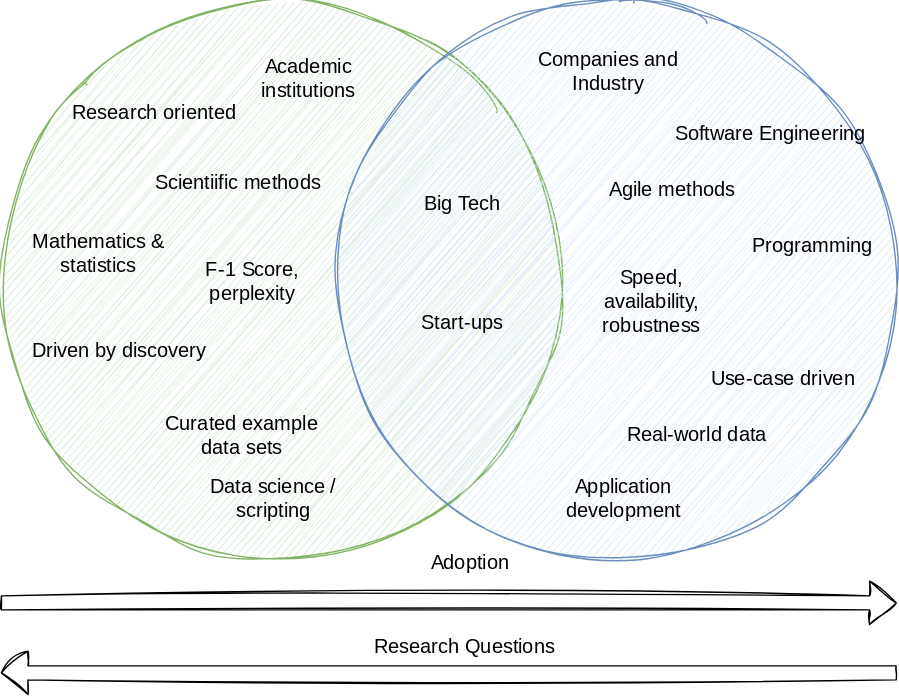
Above: docs/img/preface-research-vs-application.drawio.svg in pkeilbach/htwg-practical-nlp (draw.io), before the change. Source tidied: cells renumbered, new cells last; positions are measured from the earlier drawing's top-left corner, leaving out a move shared by most shapes. The source it was exported from:
```xml
<mxGraphModel>
  <root>
    <mxCell id="0" />
    <mxCell id="1" parent="0" />
    <mxCell id="2" style="ellipse;whiteSpace=wrap;html=1;sketch=1;verticalAlign=middle;spacingBottom=0;spacingTop=0;fillColor=#d5e8d4;strokeColor=#82b366;hachureGap=4;jiggle=2;curveFitting=1;fontFamily=Architects Daughter;fontSource=https%3A%2F%2Ffonts.googleapis.com%2Fcss%3Ffamily%3DArchitects%2BDaughter;fontSize=14;align=center;spacingRight=100;" parent="1" vertex="1">
      <mxGeometry width="400" height="400" as="geometry" />
    </mxCell>
    <mxCell id="3" style="ellipse;whiteSpace=wrap;html=1;sketch=1;verticalAlign=middle;spacingBottom=0;spacingTop=0;fillColor=#dae8fc;strokeColor=#6c8ebf;hachureGap=4;jiggle=2;curveFitting=1;fontFamily=Architects Daughter;fontSource=https%3A%2F%2Ffonts.googleapis.com%2Fcss%3Ffamily%3DArchitects%2BDaughter;fontSize=14;spacingLeft=100;" parent="1" vertex="1">
      <mxGeometry x="240" width="400" height="400" as="geometry" />
    </mxCell>
    <mxCell id="4" value="Big Tech" style="text;html=1;strokeColor=none;fillColor=none;align=center;verticalAlign=middle;whiteSpace=wrap;rounded=0;sketch=1;hachureGap=4;jiggle=2;curveFitting=1;fontFamily=Architects Daughter;fontSource=https%3A%2F%2Ffonts.googleapis.com%2Fcss%3Ffamily%3DArchitects%2BDaughter;fontSize=14;" parent="1" vertex="1">
      <mxGeometry x="270" y="115" width="120" height="60" as="geometry" />
    </mxCell>
    <mxCell id="5" value="Start-ups" style="text;html=1;strokeColor=none;fillColor=none;align=center;verticalAlign=middle;whiteSpace=wrap;rounded=0;sketch=1;hachureGap=4;jiggle=2;curveFitting=1;fontFamily=Architects Daughter;fontSource=https%3A%2F%2Ffonts.googleapis.com%2Fcss%3Ffamily%3DArchitects%2BDaughter;fontSize=14;" parent="1" vertex="1">
      <mxGeometry x="270" y="215" width="120" height="30" as="geometry" />
    </mxCell>
    <mxCell id="6" value="Research oriented" style="text;html=1;strokeColor=none;fillColor=none;align=center;verticalAlign=middle;whiteSpace=wrap;rounded=0;sketch=1;hachureGap=4;jiggle=2;curveFitting=1;fontFamily=Architects Daughter;fontSource=https%3A%2F%2Ffonts.googleapis.com%2Fcss%3Ffamily%3DArchitects%2BDaughter;fontSize=14;" parent="1" vertex="1">
      <mxGeometry x="50" y="65" width="120" height="30" as="geometry" />
    </mxCell>
    <mxCell id="7" value="Software Engineering" style="text;html=1;strokeColor=none;fillColor=none;align=center;verticalAlign=middle;whiteSpace=wrap;rounded=0;sketch=1;hachureGap=4;jiggle=2;curveFitting=1;fontFamily=Architects Daughter;fontSource=https%3A%2F%2Ffonts.googleapis.com%2Fcss%3Ffamily%3DArchitects%2BDaughter;fontSize=14;" parent="1" vertex="1">
      <mxGeometry x="480" y="75" width="140" height="40" as="geometry" />
    </mxCell>
    <mxCell id="8" value="Academic institutions" style="text;html=1;strokeColor=none;fillColor=none;align=center;verticalAlign=middle;whiteSpace=wrap;rounded=0;sketch=1;hachureGap=4;jiggle=2;curveFitting=1;fontFamily=Architects Daughter;fontSource=https%3A%2F%2Ffonts.googleapis.com%2Fcss%3Ffamily%3DArchitects%2BDaughter;fontSize=14;" parent="1" vertex="1">
      <mxGeometry x="160" y="40" width="120" height="30" as="geometry" />
    </mxCell>
    <mxCell id="9" value="Companies and Industry" style="text;html=1;strokeColor=none;fillColor=none;align=center;verticalAlign=middle;whiteSpace=wrap;rounded=0;sketch=1;hachureGap=4;jiggle=2;curveFitting=1;fontFamily=Architects Daughter;fontSource=https%3A%2F%2Ffonts.googleapis.com%2Fcss%3Ffamily%3DArchitects%2BDaughter;fontSize=14;" parent="1" vertex="1">
      <mxGeometry x="374" y="35" width="120" height="30" as="geometry" />
    </mxCell>
    <mxCell id="10" value="Scientiific methods" style="text;html=1;strokeColor=none;fillColor=none;align=center;verticalAlign=middle;whiteSpace=wrap;rounded=0;sketch=1;hachureGap=4;jiggle=2;curveFitting=1;fontFamily=Architects Daughter;fontSource=https%3A%2F%2Ffonts.googleapis.com%2Fcss%3Ffamily%3DArchitects%2BDaughter;fontSize=14;" parent="1" vertex="1">
      <mxGeometry x="110" y="115" width="120" height="30" as="geometry" />
    </mxCell>
    <mxCell id="11" value="Agile methods" style="text;html=1;strokeColor=none;fillColor=none;align=center;verticalAlign=middle;whiteSpace=wrap;rounded=0;sketch=1;hachureGap=4;jiggle=2;curveFitting=1;fontFamily=Architects Daughter;fontSource=https%3A%2F%2Ffonts.googleapis.com%2Fcss%3Ffamily%3DArchitects%2BDaughter;fontSize=14;" parent="1" vertex="1">
      <mxGeometry x="420" y="115" width="120" height="40" as="geometry" />
    </mxCell>
    <mxCell id="12" value="Use-case driven" style="text;html=1;strokeColor=none;fillColor=none;align=center;verticalAlign=middle;whiteSpace=wrap;rounded=0;sketch=1;hachureGap=4;jiggle=2;curveFitting=1;fontFamily=Architects Daughter;fontSource=https%3A%2F%2Ffonts.googleapis.com%2Fcss%3Ffamily%3DArchitects%2BDaughter;fontSize=14;" parent="1" vertex="1">
      <mxGeometry x="494" y="245" width="130" height="50" as="geometry" />
    </mxCell>
    <mxCell id="13" value="Driven by discovery" style="text;html=1;strokeColor=none;fillColor=none;align=center;verticalAlign=middle;whiteSpace=wrap;rounded=0;sketch=1;hachureGap=4;jiggle=2;curveFitting=1;fontFamily=Architects Daughter;fontSource=https%3A%2F%2Ffonts.googleapis.com%2Fcss%3Ffamily%3DArchitects%2BDaughter;fontSize=14;" parent="1" vertex="1">
      <mxGeometry x="20" y="225" width="130" height="50" as="geometry" />
    </mxCell>
    <mxCell id="14" style="shape=flexArrow;endArrow=classic;html=1;sketch=1;hachureGap=4;jiggle=2;curveFitting=1;fontFamily=Architects Daughter;fontSource=https%3A%2F%2Ffonts.googleapis.com%2Fcss%3Ffamily%3DArchitects%2BDaughter;fontSize=14;shadow=0;fillColor=none;gradientColor=#7e9cc7;gradientDirection=east;fillStyle=zigzag-line;" parent="1" edge="1">
      <mxGeometry relative="1" as="geometry">
        <mxPoint y="430" as="sourcePoint" />
        <mxPoint x="640" y="430" as="targetPoint" />
      </mxGeometry>
    </mxCell>
    <mxCell id="15" value="Adoption" style="edgeLabel;html=1;align=center;verticalAlign=middle;fontSize=14;fontFamily=Architects Daughter;" parent="14" vertex="1">
      <mxGeometry x="0.09" y="4" relative="1" as="geometry">
        <mxPoint x="-15" y="-26" as="offset" />
      </mxGeometry>
    </mxCell>
    <mxCell id="16" style="shape=flexArrow;endArrow=classic;html=1;shadow=0;sketch=1;hachureGap=4;jiggle=2;curveFitting=1;fontFamily=Architects Daughter;fontSource=https%3A%2F%2Ffonts.googleapis.com%2Fcss%3Ffamily%3DArchitects%2BDaughter;fontSize=14;" parent="1" edge="1">
      <mxGeometry relative="1" as="geometry">
        <mxPoint x="640" y="480" as="sourcePoint" />
        <mxPoint y="480" as="targetPoint" />
      </mxGeometry>
    </mxCell>
    <mxCell id="17" value="Research Questions" style="edgeLabel;html=1;align=center;verticalAlign=middle;fontSize=14;fontFamily=Architects Daughter;" parent="16" vertex="1">
      <mxGeometry x="0.06" y="4" relative="1" as="geometry">
        <mxPoint x="28" y="-24" as="offset" />
      </mxGeometry>
    </mxCell>
    <mxCell id="18" value="Data science / scripting" style="text;html=1;strokeColor=none;fillColor=none;align=center;verticalAlign=middle;whiteSpace=wrap;rounded=0;sketch=1;hachureGap=4;jiggle=2;curveFitting=1;fontFamily=Architects Daughter;fontSource=https%3A%2F%2Ffonts.googleapis.com%2Fcss%3Ffamily%3DArchitects%2BDaughter;fontSize=14;" parent="1" vertex="1">
      <mxGeometry x="130" y="330" width="130" height="50" as="geometry" />
    </mxCell>
    <mxCell id="19" value="Application development" style="text;html=1;strokeColor=none;fillColor=none;align=center;verticalAlign=middle;whiteSpace=wrap;rounded=0;sketch=1;hachureGap=4;jiggle=2;curveFitting=1;fontFamily=Architects Daughter;fontSource=https%3A%2F%2Ffonts.googleapis.com%2Fcss%3Ffamily%3DArchitects%2BDaughter;fontSize=14;" parent="1" vertex="1">
      <mxGeometry x="380" y="330" width="130" height="50" as="geometry" />
    </mxCell>
    <mxCell id="20" value="Mathematics &amp;amp; statistics" style="text;html=1;strokeColor=none;fillColor=none;align=center;verticalAlign=middle;whiteSpace=wrap;rounded=0;sketch=1;hachureGap=4;jiggle=2;curveFitting=1;fontFamily=Architects Daughter;fontSource=https%3A%2F%2Ffonts.googleapis.com%2Fcss%3Ffamily%3DArchitects%2BDaughter;fontSize=14;" parent="1" vertex="1">
      <mxGeometry x="20" y="160" width="100" height="40" as="geometry" />
    </mxCell>
    <mxCell id="21" value="Programming" style="text;html=1;strokeColor=none;fillColor=none;align=center;verticalAlign=middle;whiteSpace=wrap;rounded=0;sketch=1;hachureGap=4;jiggle=2;curveFitting=1;fontFamily=Architects Daughter;fontSource=https%3A%2F%2Ffonts.googleapis.com%2Fcss%3Ffamily%3DArchitects%2BDaughter;fontSize=14;" parent="1" vertex="1">
      <mxGeometry x="530" y="155" width="100" height="40" as="geometry" />
    </mxCell>
    <mxCell id="22" value="F-1 Score, perplexity" style="text;html=1;strokeColor=none;fillColor=none;align=center;verticalAlign=middle;whiteSpace=wrap;rounded=0;sketch=1;hachureGap=4;jiggle=2;curveFitting=1;fontFamily=Architects Daughter;fontSource=https%3A%2F%2Ffonts.googleapis.com%2Fcss%3Ffamily%3DArchitects%2BDaughter;fontSize=14;" parent="1" vertex="1">
      <mxGeometry x="130" y="180" width="100" height="40" as="geometry" />
    </mxCell>
    <mxCell id="23" value="Speed, availability, robustness" style="text;html=1;strokeColor=none;fillColor=none;align=center;verticalAlign=middle;whiteSpace=wrap;rounded=0;sketch=1;hachureGap=4;jiggle=2;curveFitting=1;fontFamily=Architects Daughter;fontSource=https%3A%2F%2Ffonts.googleapis.com%2Fcss%3Ffamily%3DArchitects%2BDaughter;fontSize=14;" parent="1" vertex="1">
      <mxGeometry x="410" y="190" width="110" height="50" as="geometry" />
    </mxCell>
    <mxCell id="24" value="Curated example data sets" style="text;html=1;strokeColor=none;fillColor=none;align=center;verticalAlign=middle;whiteSpace=wrap;rounded=0;sketch=1;hachureGap=4;jiggle=2;curveFitting=1;fontFamily=Architects Daughter;fontSource=https%3A%2F%2Ffonts.googleapis.com%2Fcss%3Ffamily%3DArchitects%2BDaughter;fontSize=14;" parent="1" vertex="1">
      <mxGeometry x="115" y="290" width="115" height="40" as="geometry" />
    </mxCell>
    <mxCell id="25" value="Real-world data" style="text;html=1;strokeColor=none;fillColor=none;align=center;verticalAlign=middle;whiteSpace=wrap;rounded=0;sketch=1;hachureGap=4;jiggle=2;curveFitting=1;fontFamily=Architects Daughter;fontSource=https%3A%2F%2Ffonts.googleapis.com%2Fcss%3Ffamily%3DArchitects%2BDaughter;fontSize=14;" parent="1" vertex="1">
      <mxGeometry x="440" y="290" width="115" height="40" as="geometry" />
    </mxCell>
  </root>
</mxGraphModel>
```
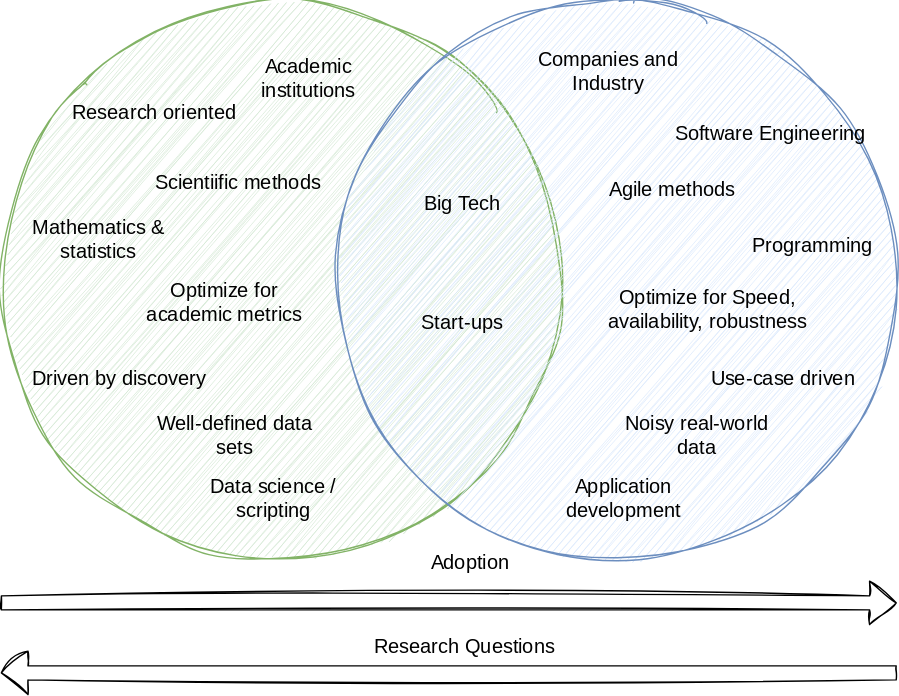
Later version of the same file.

Commit message:
add cmment on data and add links

Diff of the diagram source:
```diff
@@ -36,7 +36,7 @@
       <mxGeometry x="494" y="245" width="130" height="50" as="geometry" />
     </mxCell>
     <mxCell id="13" value="Driven by discovery" style="text;html=1;strokeColor=none;fillColor=none;align=center;verticalAlign=middle;whiteSpace=wrap;rounded=0;sketch=1;hachureGap=4;jiggle=2;curveFitting=1;fontFamily=Architects Daughter;fontSource=https%3A%2F%2Ffonts.googleapis.com%2Fcss%3Ffamily%3DArchitects%2BDaughter;fontSize=14;" parent="1" vertex="1">
-      <mxGeometry x="20" y="225" width="130" height="50" as="geometry" />
+      <mxGeometry x="20" y="245" width="130" height="50" as="geometry" />
     </mxCell>
     <mxCell id="14" style="shape=flexArrow;endArrow=classic;html=1;sketch=1;hachureGap=4;jiggle=2;curveFitting=1;fontFamily=Architects Daughter;fontSource=https%3A%2F%2Ffonts.googleapis.com%2Fcss%3Ffamily%3DArchitects%2BDaughter;fontSize=14;shadow=0;fillColor=none;gradientColor=#7e9cc7;gradientDirection=east;fillStyle=zigzag-line;" parent="1" edge="1">
       <mxGeometry relative="1" as="geometry">
@@ -67,21 +67,21 @@
       <mxGeometry x="380" y="330" width="130" height="50" as="geometry" />
     </mxCell>
     <mxCell id="20" value="Mathematics &amp;amp; statistics" style="text;html=1;strokeColor=none;fillColor=none;align=center;verticalAlign=middle;whiteSpace=wrap;rounded=0;sketch=1;hachureGap=4;jiggle=2;curveFitting=1;fontFamily=Architects Daughter;fontSource=https%3A%2F%2Ffonts.googleapis.com%2Fcss%3Ffamily%3DArchitects%2BDaughter;fontSize=14;" parent="1" vertex="1">
-      <mxGeometry x="20" y="160" width="100" height="40" as="geometry" />
+      <mxGeometry x="20" y="150" width="100" height="40" as="geometry" />
     </mxCell>
     <mxCell id="21" value="Programming" style="text;html=1;strokeColor=none;fillColor=none;align=center;verticalAlign=middle;whiteSpace=wrap;rounded=0;sketch=1;hachureGap=4;jiggle=2;curveFitting=1;fontFamily=Architects Daughter;fontSource=https%3A%2F%2Ffonts.googleapis.com%2Fcss%3Ffamily%3DArchitects%2BDaughter;fontSize=14;" parent="1" vertex="1">
       <mxGeometry x="530" y="155" width="100" height="40" as="geometry" />
     </mxCell>
-    <mxCell id="22" value="F-1 Score, perplexity" style="text;html=1;strokeColor=none;fillColor=none;align=center;verticalAlign=middle;whiteSpace=wrap;rounded=0;sketch=1;hachureGap=4;jiggle=2;curveFitting=1;fontFamily=Architects Daughter;fontSource=https%3A%2F%2Ffonts.googleapis.com%2Fcss%3Ffamily%3DArchitects%2BDaughter;fontSize=14;" parent="1" vertex="1">
-      <mxGeometry x="130" y="180" width="100" height="40" as="geometry" />
+    <mxCell id="22" value="Optimize for academic metrics" style="text;html=1;strokeColor=none;fillColor=none;align=center;verticalAlign=middle;whiteSpace=wrap;rounded=0;sketch=1;hachureGap=4;jiggle=2;curveFitting=1;fontFamily=Architects Daughter;fontSource=https%3A%2F%2Ffonts.googleapis.com%2Fcss%3Ffamily%3DArchitects%2BDaughter;fontSize=14;" parent="1" vertex="1">
+      <mxGeometry x="100" y="195" width="120" height="40" as="geometry" />
     </mxCell>
-    <mxCell id="23" value="Speed, availability, robustness" style="text;html=1;strokeColor=none;fillColor=none;align=center;verticalAlign=middle;whiteSpace=wrap;rounded=0;sketch=1;hachureGap=4;jiggle=2;curveFitting=1;fontFamily=Architects Daughter;fontSource=https%3A%2F%2Ffonts.googleapis.com%2Fcss%3Ffamily%3DArchitects%2BDaughter;fontSize=14;" parent="1" vertex="1">
-      <mxGeometry x="410" y="190" width="110" height="50" as="geometry" />
+    <mxCell id="23" value="Optimize for Speed, availability, robustness" style="text;html=1;strokeColor=none;fillColor=none;align=center;verticalAlign=middle;whiteSpace=wrap;rounded=0;sketch=1;hachureGap=4;jiggle=2;curveFitting=1;fontFamily=Architects Daughter;fontSource=https%3A%2F%2Ffonts.googleapis.com%2Fcss%3Ffamily%3DArchitects%2BDaughter;fontSize=14;" parent="1" vertex="1">
+      <mxGeometry x="420" y="195" width="170" height="50" as="geometry" />
     </mxCell>
-    <mxCell id="24" value="Curated example data sets" style="text;html=1;strokeColor=none;fillColor=none;align=center;verticalAlign=middle;whiteSpace=wrap;rounded=0;sketch=1;hachureGap=4;jiggle=2;curveFitting=1;fontFamily=Architects Daughter;fontSource=https%3A%2F%2Ffonts.googleapis.com%2Fcss%3Ffamily%3DArchitects%2BDaughter;fontSize=14;" parent="1" vertex="1">
-      <mxGeometry x="115" y="290" width="115" height="40" as="geometry" />
+    <mxCell id="24" value="Well-defined data sets" style="text;html=1;strokeColor=none;fillColor=none;align=center;verticalAlign=middle;whiteSpace=wrap;rounded=0;sketch=1;hachureGap=4;jiggle=2;curveFitting=1;fontFamily=Architects Daughter;fontSource=https%3A%2F%2Ffonts.googleapis.com%2Fcss%3Ffamily%3DArchitects%2BDaughter;fontSize=14;" parent="1" vertex="1">
+      <mxGeometry x="110" y="290" width="115" height="40" as="geometry" />
     </mxCell>
-    <mxCell id="25" value="Real-world data" style="text;html=1;strokeColor=none;fillColor=none;align=center;verticalAlign=middle;whiteSpace=wrap;rounded=0;sketch=1;hachureGap=4;jiggle=2;curveFitting=1;fontFamily=Architects Daughter;fontSource=https%3A%2F%2Ffonts.googleapis.com%2Fcss%3Ffamily%3DArchitects%2BDaughter;fontSize=14;" parent="1" vertex="1">
+    <mxCell id="25" value="Noisy real-world data" style="text;html=1;strokeColor=none;fillColor=none;align=center;verticalAlign=middle;whiteSpace=wrap;rounded=0;sketch=1;hachureGap=4;jiggle=2;curveFitting=1;fontFamily=Architects Daughter;fontSource=https%3A%2F%2Ffonts.googleapis.com%2Fcss%3Ffamily%3DArchitects%2BDaughter;fontSize=14;" parent="1" vertex="1">
       <mxGeometry x="440" y="290" width="115" height="40" as="geometry" />
     </mxCell>
   </root>
```
